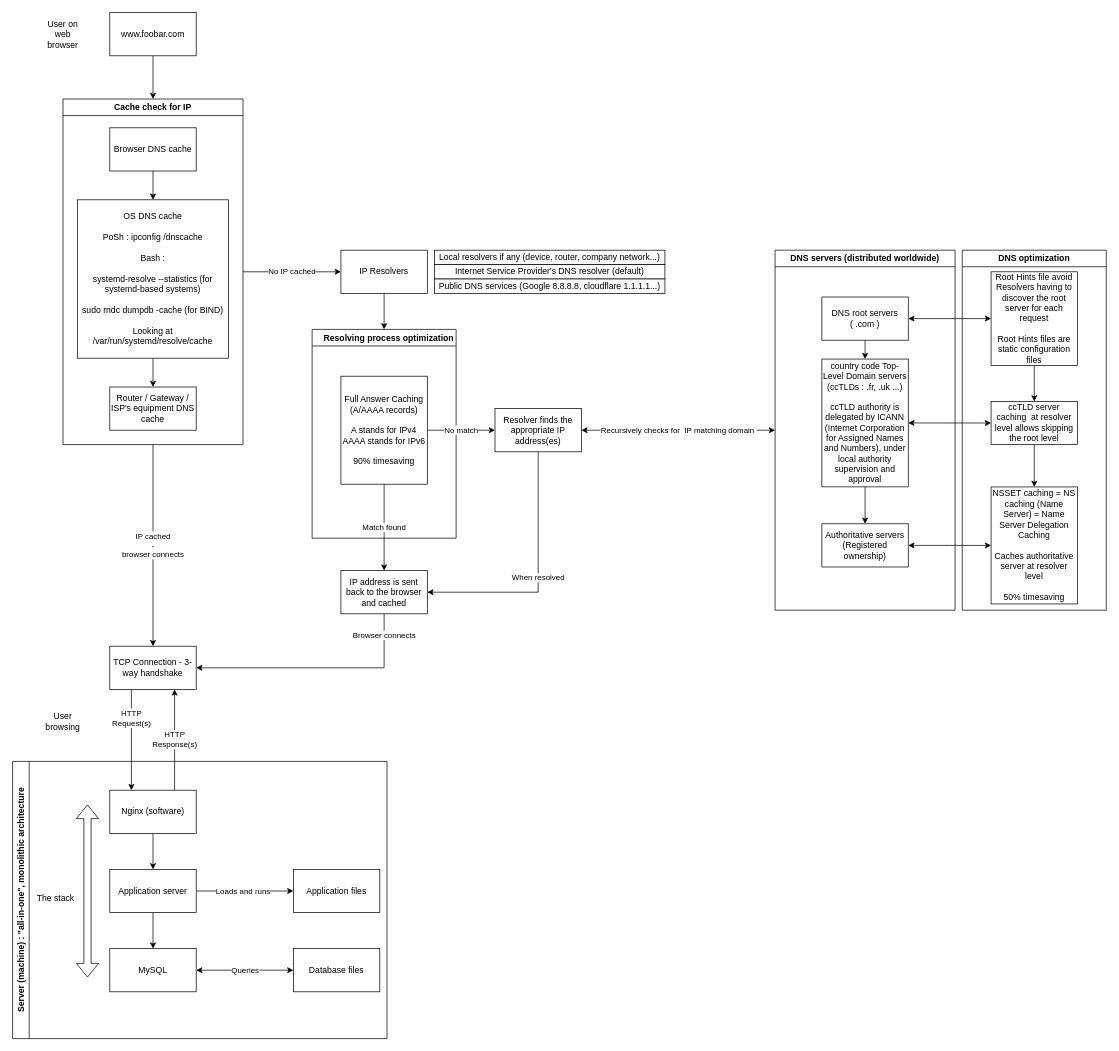
The draw.io diagram web_infrastructure_design/0-simple_web_stack.drawio in jmitchell35/holbertonschool-system_engineering-devops, before the edit. Source tidied: cells renumbered, new cells numbered last; positions are measured from the earlier drawing's top-left corner, leaving out a move shared by most shapes. Both pictures are drawn from the tidied source at 72%, with x=0, y=0 at pixel (12, 12).
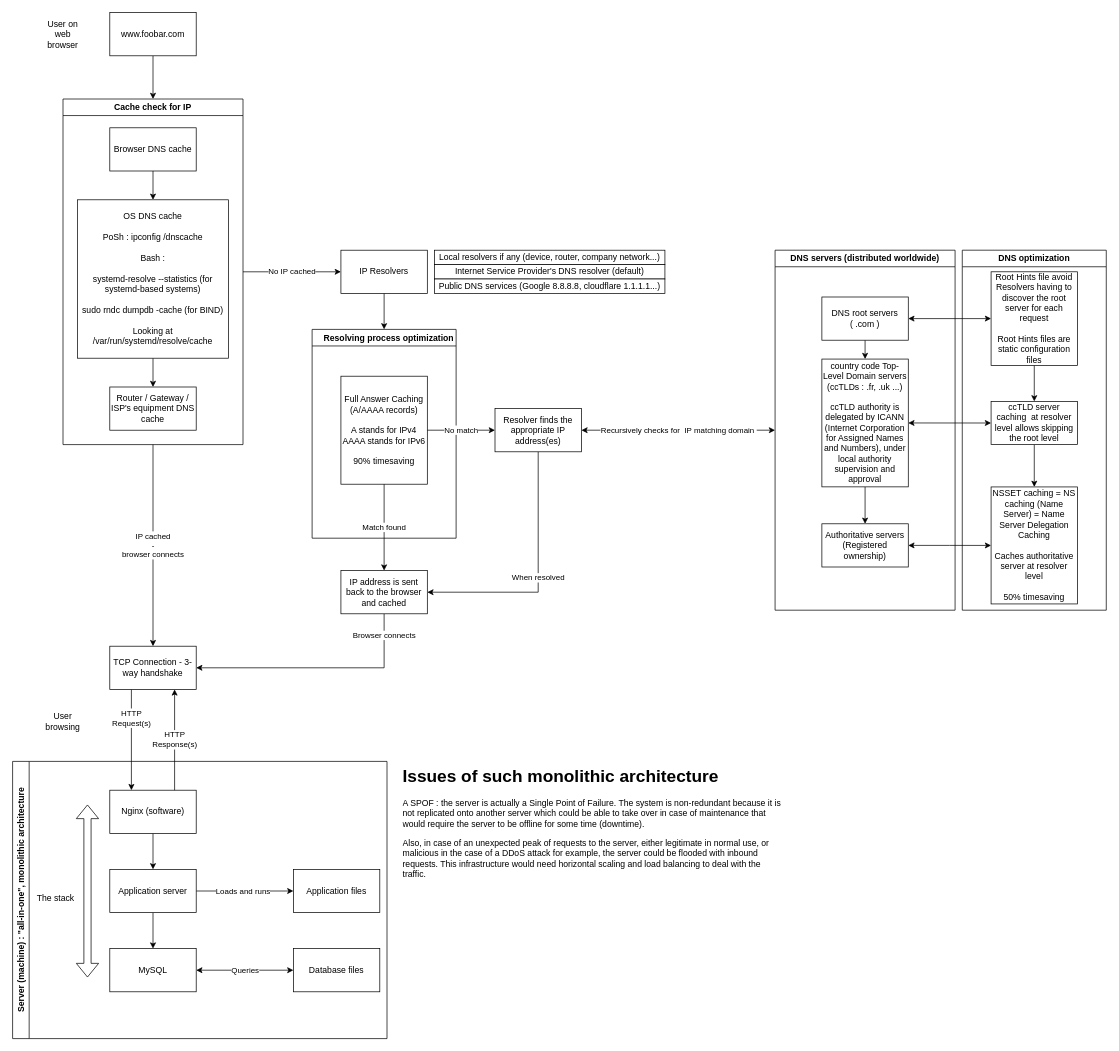
After the change.

Commit message:
Added explanation of the issues of such an architecture.

What changed in the source:
```diff
@@
+    <mxCell id="58" value="&lt;h1 style=&quot;margin-top: 0px;&quot;&gt;Issues of such monolithic architecture&lt;/h1&gt;&lt;p&gt;A SPOF : the server is actually a Single Point of Failure. The system is non-redundant because it is not replicated onto another server which could be able to take over in case of maintenance that would require the server to be offline for some time (downtime).&lt;/p&gt;&lt;p&gt;Also, in case of an unexpected peak of requests to the server, either legitimate in normal use, or malicious in the case of a DDoS attack for example, the server could be flooded with inbound requests. This infrastructure would need horizontal scaling and load balancing to deal with the traffic.&lt;/p&gt;" style="text;html=1;whiteSpace=wrap;overflow=hidden;rounded=0;" parent="1" vertex="1">
+      <mxGeometry x="540" y="1040" width="530" height="190" as="geometry" />
+    </mxCell>
```
